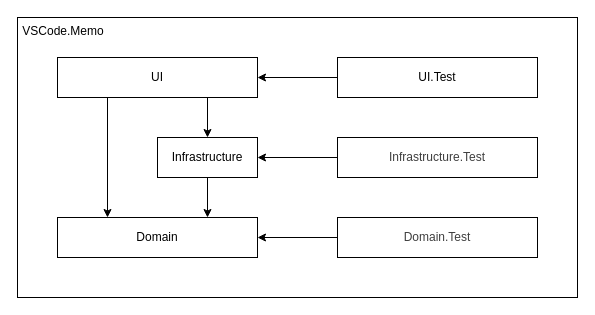
This is Project.drawio from Gunj0/CSharp.VSCode.Memo, a draw.io file, before an edit. Source tidied: cells renumbered, new cells numbered last; positions are measured from the earlier drawing's top-left corner, leaving out a move shared by most shapes. Both pictures are drawn from the tidied source at 100%, with x=0, y=0 at pixel (17, 17).
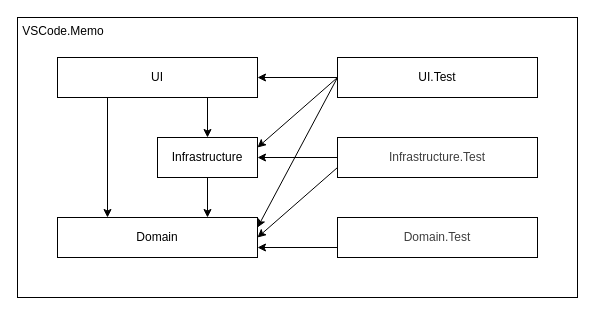
Above is the later version.

Diff of the diagram source:
```diff
@@
 <mxGraphModel>
   <root>
     <mxCell id="0" />
     <mxCell id="1" parent="0" />
     <mxCell id="2" value="&amp;nbsp;VSCode.Memo" style="rounded=0;whiteSpace=wrap;html=1;fontColor=default;align=left;verticalAlign=top;" parent="1" vertex="1">
       <mxGeometry width="560" height="280" as="geometry" />
     </mxCell>
     <mxCell id="3" value="&lt;span style=&quot;&quot;&gt;Infrastructure&lt;/span&gt;" style="rounded=0;whiteSpace=wrap;html=1;fillColor=none;fontColor=default;" parent="1" vertex="1">
       <mxGeometry x="140" y="120" width="100" height="40" as="geometry" />
     </mxCell>
     <mxCell id="4" value="&lt;span style=&quot;color: rgb(63, 63, 63);&quot;&gt;Domain.Test&lt;/span&gt;" style="rounded=0;whiteSpace=wrap;html=1;fillColor=none;fontColor=light-dark(#000000,#FFFFFF);" parent="1" vertex="1">
       <mxGeometry x="320" y="200" width="200" height="40" as="geometry" />
     </mxCell>
     <mxCell id="5" style="edgeStyle=none;html=1;exitX=0.25;exitY=1;exitDx=0;exitDy=0;entryX=0.25;entryY=0;entryDx=0;entryDy=0;" parent="1" edge="1" source="10" target="11">
       <mxGeometry relative="1" as="geometry" />
     </mxCell>
     <mxCell id="6" style="edgeStyle=none;html=1;exitX=0.75;exitY=1;exitDx=0;exitDy=0;" parent="1" edge="1" source="10" target="3">
       <mxGeometry relative="1" as="geometry" />
     </mxCell>
     <mxCell id="7" style="edgeStyle=none;html=1;exitX=0.5;exitY=1;exitDx=0;exitDy=0;entryX=0.75;entryY=0;entryDx=0;entryDy=0;" parent="1" edge="1" source="3" target="11">
       <mxGeometry relative="1" as="geometry" />
     </mxCell>
+    <mxCell id="16" style="edgeStyle=none;html=1;exitX=0;exitY=0.5;exitDx=0;exitDy=0;entryX=1;entryY=0.25;entryDx=0;entryDy=0;" parent="1" edge="1" source="12" target="3">
+      <mxGeometry relative="1" as="geometry" />
+    </mxCell>
+    <mxCell id="17" style="edgeStyle=none;html=1;exitX=0;exitY=0.5;exitDx=0;exitDy=0;entryX=1;entryY=0.25;entryDx=0;entryDy=0;" parent="1" edge="1" source="12" target="11">
+      <mxGeometry relative="1" as="geometry" />
+    </mxCell>
+    <mxCell id="18" style="edgeStyle=none;html=1;exitX=0;exitY=0.75;exitDx=0;exitDy=0;entryX=1;entryY=0.5;entryDx=0;entryDy=0;" parent="1" edge="1" source="14" target="11">
+      <mxGeometry relative="1" as="geometry" />
+    </mxCell>
     <mxCell id="8" parent="0" />
     <mxCell id="9" style="edgeStyle=none;html=1;exitX=0;exitY=0.5;exitDx=0;exitDy=0;entryX=1;entryY=0.5;entryDx=0;entryDy=0;" parent="8" edge="1" source="14" target="3">
       <mxGeometry relative="1" as="geometry" />
     </mxCell>
     <mxCell id="10" value="&lt;span style=&quot;&quot;&gt;UI&lt;/span&gt;" style="rounded=0;whiteSpace=wrap;html=1;fillColor=none;fontColor=default;" parent="8" vertex="1">
       <mxGeometry x="40" y="40" width="200" height="40" as="geometry" />
     </mxCell>
     <mxCell id="11" value="&lt;span style=&quot;&quot;&gt;Domain&lt;/span&gt;" style="rounded=0;whiteSpace=wrap;html=1;fillColor=none;fontColor=light-dark(#000000,#FFFFFF);" parent="8" vertex="1">
       <mxGeometry x="40" y="200" width="200" height="40" as="geometry" />
     </mxCell>
     <mxCell id="12" value="&lt;span style=&quot;&quot;&gt;UI.Test&lt;/span&gt;" style="rounded=0;whiteSpace=wrap;html=1;fillColor=none;fontColor=default;" parent="8" vertex="1">
       <mxGeometry x="320" y="40" width="200" height="40" as="geometry" />
     </mxCell>
     <mxCell id="13" style="edgeStyle=none;html=1;exitX=0;exitY=0.5;exitDx=0;exitDy=0;entryX=1;entryY=0.5;entryDx=0;entryDy=0;" parent="8" edge="1" source="12" target="10">
       <mxGeometry relative="1" as="geometry" />
     </mxCell>
     <mxCell id="14" value="&lt;span style=&quot;color: rgb(63, 63, 63);&quot;&gt;Infrastructure.Test&lt;/span&gt;" style="rounded=0;whiteSpace=wrap;html=1;fillColor=none;fontColor=light-dark(#000000,#FFFFFF);" parent="8" vertex="1">
       <mxGeometry x="320" y="120" width="200" height="40" as="geometry" />
     </mxCell>
-    <mxCell id="15" style="edgeStyle=none;html=1;entryX=1;entryY=0.5;entryDx=0;entryDy=0;exitX=0;exitY=0.5;exitDx=0;exitDy=0;" parent="8" edge="1" source="4" target="11">
+    <mxCell id="15" style="edgeStyle=none;html=1;entryX=1;entryY=0.75;entryDx=0;entryDy=0;exitX=0;exitY=0.75;exitDx=0;exitDy=0;" parent="8" edge="1" source="4" target="11">
       <mxGeometry relative="1" as="geometry" />
     </mxCell>
   </root>
 </mxGraphModel>
```
